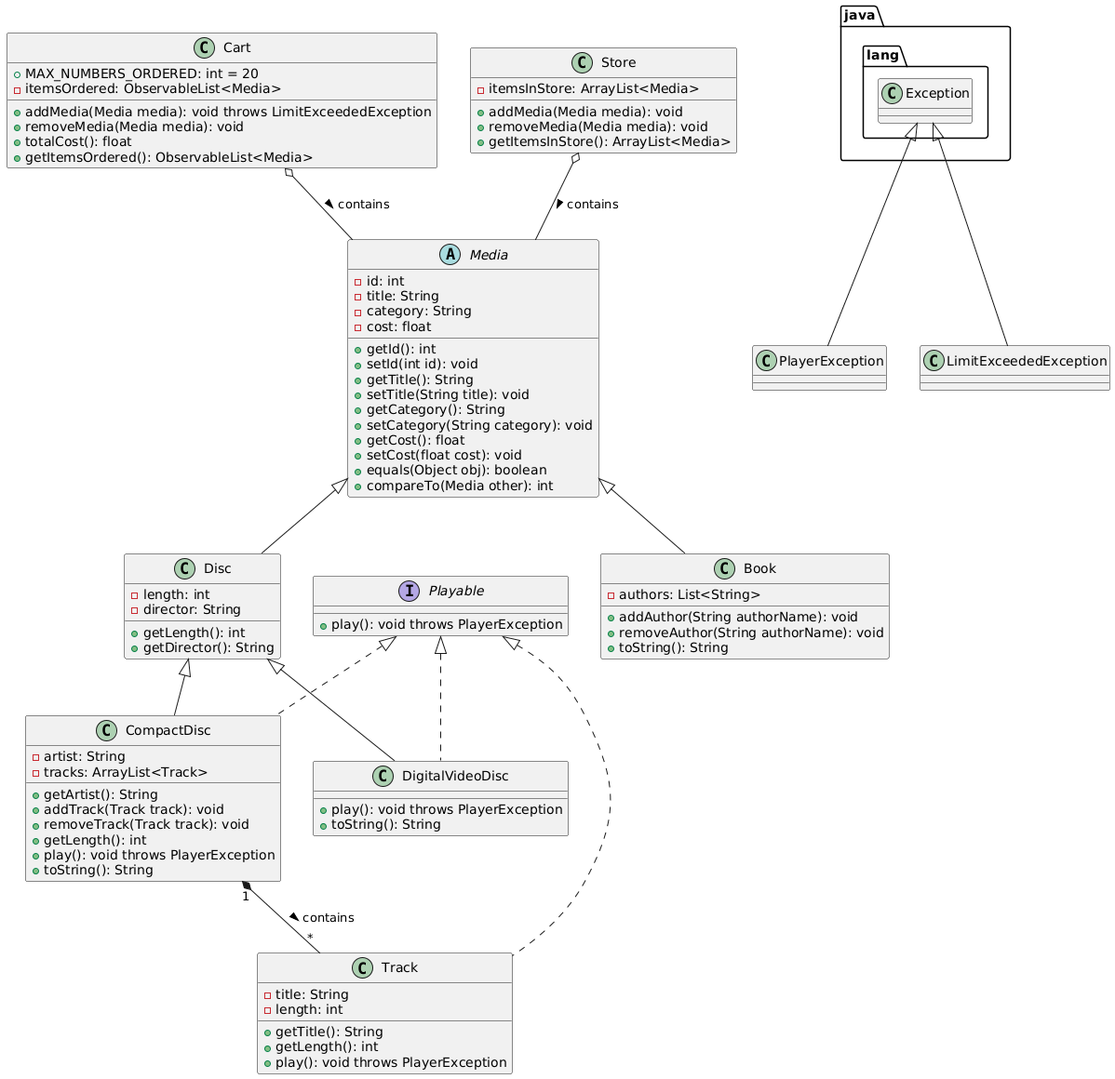
Above: AimsProject/Design/ClassDiagram.png in longnb134/OOPlab-761938-202416970-NguyenBaLong (PlantUML), before the change.
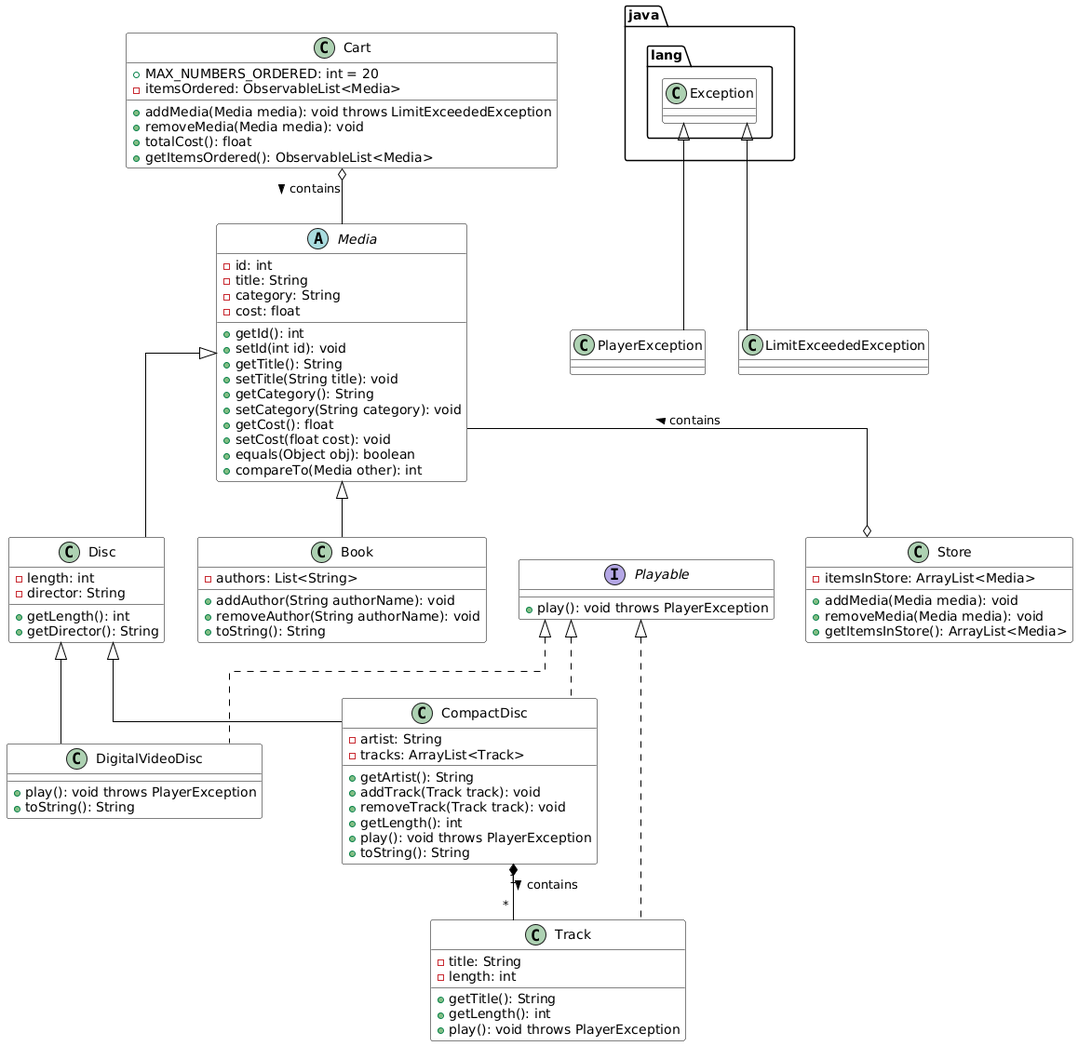
After the change.

Commit message:
Update UML diagrams to have a clean, orthogonal student-like style

Diff of the diagram source:
```diff
@@ -1,4 +1,13 @@
 @startuml
+skinparam shadowing false
+skinparam class {
+    BackgroundColor White
+    BorderColor Black
+    ArrowColor Black
+    FontName Arial
+}
+skinparam linetype ortho
+
 abstract class Media {
   - id: int
   - title: String
@@ -80,8 +89,8 @@
 class LimitExceededException extends java.lang.Exception {
 }
 
+Store o-up- Media : contains >
+Cart o-down- Media : contains >
 CompactDisc "1" *-- "*" Track : contains >
-Cart o-- Media : contains >
-Store o-- Media : contains >
 
 @enduml
```
